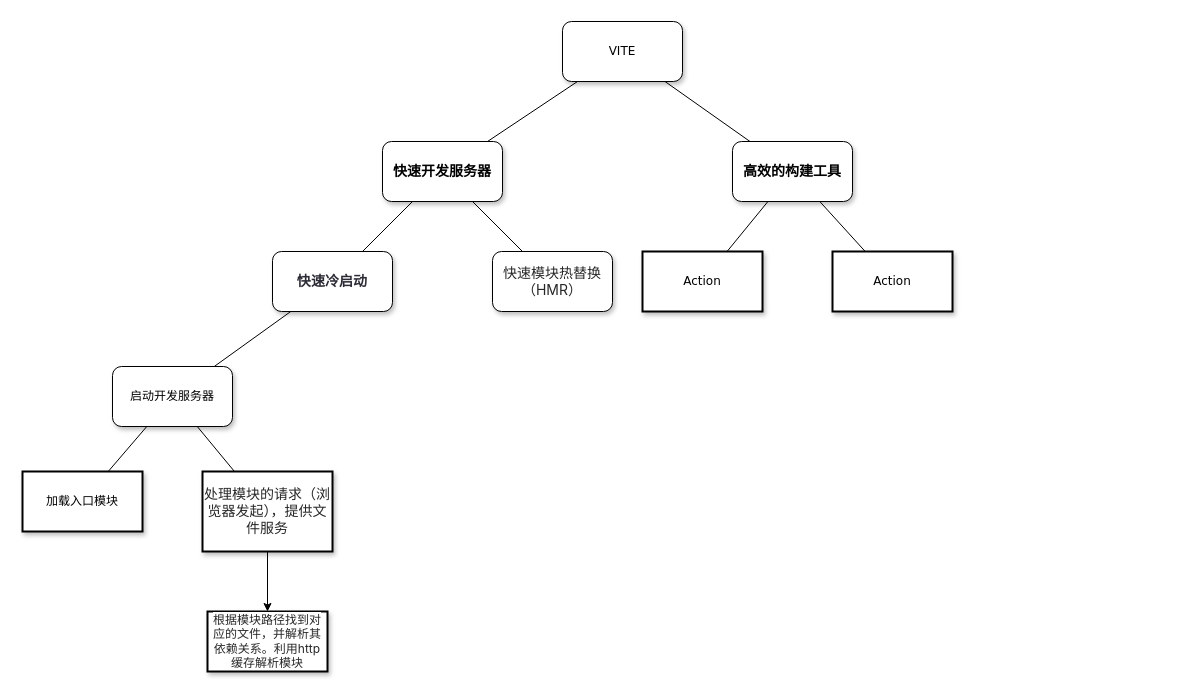
The draw.io diagram 未命名绘图.drawio in siyuejiwang/tools, before the edit. Source tidied: cells renumbered, new cells numbered last; positions are measured from the earlier drawing's top-left corner, leaving out a move shared by most shapes. Both pictures are drawn from the tidied source at 100%, with x=0, y=0 at pixel (22, 21).
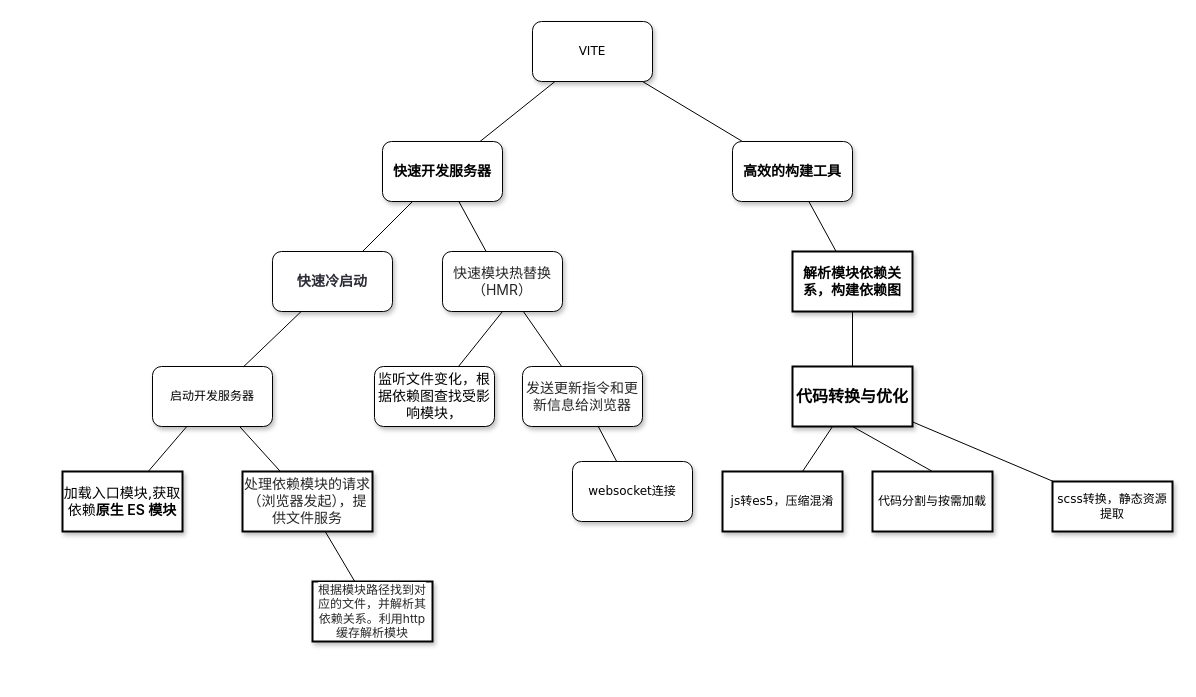
After the change.

Unchanged cells that the change refers to:
```xml
<mxCell id="4" value="&lt;span style=&quot;-webkit-font-smoothing: antialiased; box-sizing: border-box; -webkit-tap-highlight-color: rgba(0, 0, 0, 0); font-weight: 600; color: initial; line-height: var(--md-box-samantha-normal-text-line-height); overflow-anchor: auto; font-family: Inter, -apple-system, &amp;quot;system-ui&amp;quot;, &amp;quot;Segoe UI&amp;quot;, &amp;quot;SF Pro SC&amp;quot;, &amp;quot;SF Pro Display&amp;quot;, &amp;quot;SF Pro Icons&amp;quot;, &amp;quot;PingFang SC&amp;quot;, &amp;quot;Hiragino Sans GB&amp;quot;, &amp;quot;Microsoft YaHei&amp;quot;, &amp;quot;Helvetica Neue&amp;quot;, Helvetica, Arial, sans-serif; text-align: left; background-color: rgb(255, 255, 255);&quot;&gt;&lt;font style=&quot;font-size: 14px;&quot;&gt;高效的构建工具&lt;/font&gt;&lt;/span&gt;" style="whiteSpace=wrap;html=1;rounded=1;shadow=1;labelBackgroundColor=none;strokeWidth=1;fontFamily=Verdana;fontSize=12;align=center;" parent="1" vertex="1">
  <mxGeometry x="710" y="120" width="120" height="60" as="geometry" />
</mxCell>
```

Diff of the diagram source:
```diff
@@
     <mxCell id="2" value="VITE" style="whiteSpace=wrap;html=1;rounded=1;shadow=1;labelBackgroundColor=none;strokeWidth=1;fontFamily=Verdana;fontSize=12;align=center;" parent="1" vertex="1">
-      <mxGeometry x="540" width="120" height="60" as="geometry" />
+      <mxGeometry x="510" width="120" height="60" as="geometry" />
     </mxCell>
@@
+    <mxCell id="23" style="rounded=0;jettySize=auto;html=1;exitX=0.5;exitY=1;exitDx=0;exitDy=0;endArrow=none;endFill=0;" parent="1" edge="1" source="8" target="26">
+      <mxGeometry relative="1" as="geometry" />
+    </mxCell>
+    <mxCell id="24" style="rounded=0;jettySize=auto;html=1;endArrow=none;endFill=0;" parent="1" edge="1" source="8" target="28">
+      <mxGeometry relative="1" as="geometry" />
+    </mxCell>
     <mxCell id="8" value="&lt;span style=&quot;color: rgba(0, 0, 0, 0.85); font-family: Inter, -apple-system, &amp;quot;system-ui&amp;quot;, &amp;quot;Segoe UI&amp;quot;, &amp;quot;SF Pro SC&amp;quot;, &amp;quot;SF Pro Display&amp;quot;, &amp;quot;SF Pro Icons&amp;quot;, &amp;quot;PingFang SC&amp;quot;, &amp;quot;Hiragino Sans GB&amp;quot;, &amp;quot;Microsoft YaHei&amp;quot;, &amp;quot;Helvetica Neue&amp;quot;, Helvetica, Arial, sans-serif; text-align: left; background-color: rgb(255, 255, 255);&quot;&gt;&lt;font style=&quot;font-size: 14px;&quot;&gt;快速模块热替换（HMR）&lt;/font&gt;&lt;/span&gt;" style="whiteSpace=wrap;html=1;rounded=1;shadow=1;labelBackgroundColor=none;strokeWidth=1;fontFamily=Verdana;fontSize=12;align=center;" parent="1" vertex="1">
-      <mxGeometry x="470" y="230" width="120" height="60" as="geometry" />
+      <mxGeometry x="420" y="230" width="120" height="60" as="geometry" />
     </mxCell>
+    <mxCell id="25" style="rounded=0;jettySize=auto;html=1;endArrow=none;endFill=0;" parent="1" edge="1" source="9" target="33">
+      <mxGeometry relative="1" as="geometry" />
+    </mxCell>
-    <mxCell id="9" value="&lt;span&gt;Action&lt;/span&gt;" style="whiteSpace=wrap;html=1;rounded=0;shadow=1;labelBackgroundColor=none;strokeWidth=2;fontFamily=Verdana;fontSize=12;align=center;" parent="1" vertex="1">
-      <mxGeometry x="620" y="230" width="120" height="60" as="geometry" />
+    <mxCell id="9" value="&lt;span style=&quot;-webkit-font-smoothing: antialiased; box-sizing: border-box; -webkit-tap-highlight-color: rgba(0, 0, 0, 0); font-weight: 600; color: initial; line-height: var(--md-box-samantha-normal-text-line-height); overflow-anchor: auto; font-family: Inter, -apple-system, &amp;quot;system-ui&amp;quot;, &amp;quot;Segoe UI&amp;quot;, &amp;quot;SF Pro SC&amp;quot;, &amp;quot;SF Pro Display&amp;quot;, &amp;quot;SF Pro Icons&amp;quot;, &amp;quot;PingFang SC&amp;quot;, &amp;quot;Hiragino Sans GB&amp;quot;, &amp;quot;Microsoft YaHei&amp;quot;, &amp;quot;Helvetica Neue&amp;quot;, Helvetica, Arial, sans-serif; text-align: left; background-color: rgb(255, 255, 255);&quot;&gt;&lt;font style=&quot;font-size: 14px;&quot;&gt;解析模块依赖关系，构建依赖图&lt;/font&gt;&lt;/span&gt;" style="whiteSpace=wrap;html=1;rounded=0;shadow=1;labelBackgroundColor=none;strokeWidth=2;fontFamily=Verdana;fontSize=12;align=center;" parent="1" vertex="1">
+      <mxGeometry x="770" y="230" width="120" height="60" as="geometry" />
     </mxCell>
-    <mxCell id="10" value="&lt;span&gt;Action&lt;/span&gt;" style="whiteSpace=wrap;html=1;rounded=0;shadow=1;labelBackgroundColor=none;strokeWidth=2;fontFamily=Verdana;fontSize=12;align=center;" parent="1" vertex="1">
-      <mxGeometry x="810" y="230" width="120" height="60" as="geometry" />
-    </mxCell>
     <mxCell id="11" value="&lt;span&gt;启动开发服务器&lt;/span&gt;" style="whiteSpace=wrap;html=1;rounded=1;shadow=1;labelBackgroundColor=none;strokeWidth=1;fontFamily=Verdana;fontSize=12;align=center;" parent="1" vertex="1">
-      <mxGeometry x="90" y="345" width="120" height="60" as="geometry" />
+      <mxGeometry x="130" y="345" width="120" height="60" as="geometry" />
     </mxCell>
@@
-    <mxCell id="15" style="rounded=0;html=1;labelBackgroundColor=none;startArrow=none;startFill=0;startSize=5;endArrow=none;endFill=0;endSize=5;jettySize=auto;strokeWidth=1;fontFamily=Verdana;fontSize=12;" parent="1" edge="1" source="4" target="10">
-      <mxGeometry x="-0.13" y="17" relative="1" as="geometry" />
-    </mxCell>
@@
-    <mxCell id="17" value="加载入口模块" style="whiteSpace=wrap;html=1;rounded=0;shadow=1;labelBackgroundColor=none;strokeWidth=2;fontFamily=Verdana;fontSize=12;align=center;" parent="1" vertex="1">
-      <mxGeometry y="450" width="120" height="60" as="geometry" />
+    <mxCell id="17" value="&lt;font style=&quot;font-size: 14px;&quot;&gt;加载入口模块,获取依赖&lt;span style=&quot;-webkit-font-smoothing: antialiased; box-sizing: border-box; -webkit-tap-highlight-color: rgba(0, 0, 0, 0); font-weight: 600; color: initial; line-height: var(--md-box-samantha-normal-text-line-height); overflow-anchor: auto; font-family: Inter, -apple-system, &amp;quot;system-ui&amp;quot;, &amp;quot;Segoe UI&amp;quot;, &amp;quot;SF Pro SC&amp;quot;, &amp;quot;SF Pro Display&amp;quot;, &amp;quot;SF Pro Icons&amp;quot;, &amp;quot;PingFang SC&amp;quot;, &amp;quot;Hiragino Sans GB&amp;quot;, &amp;quot;Microsoft YaHei&amp;quot;, &amp;quot;Helvetica Neue&amp;quot;, Helvetica, Arial, sans-serif; text-align: left; background-color: rgb(255, 255, 255);&quot;&gt;原生 ES 模块&lt;/span&gt;&lt;/font&gt;" style="whiteSpace=wrap;html=1;rounded=0;shadow=1;labelBackgroundColor=none;strokeWidth=2;fontFamily=Verdana;fontSize=12;align=center;" parent="1" vertex="1">
+      <mxGeometry x="40" y="450" width="120" height="60" as="geometry" />
     </mxCell>
-    <mxCell id="18" style="edgeStyle=orthogonalEdgeStyle;rounded=0;jettySize=auto;html=1;" parent="1" edge="1" source="19" target="22">
+    <mxCell id="18" style="rounded=0;jettySize=auto;html=1;endArrow=none;endFill=0;" parent="1" edge="1" source="19" target="22">
       <mxGeometry relative="1" as="geometry" />
     </mxCell>
-    <mxCell id="19" value="&lt;span style=&quot;color: rgba(0, 0, 0, 0.85); font-family: Inter, -apple-system, &amp;quot;system-ui&amp;quot;, &amp;quot;Segoe UI&amp;quot;, &amp;quot;SF Pro SC&amp;quot;, &amp;quot;SF Pro Display&amp;quot;, &amp;quot;SF Pro Icons&amp;quot;, &amp;quot;PingFang SC&amp;quot;, &amp;quot;Hiragino Sans GB&amp;quot;, &amp;quot;Microsoft YaHei&amp;quot;, &amp;quot;Helvetica Neue&amp;quot;, Helvetica, Arial, sans-serif; text-align: left; background-color: rgb(255, 255, 255);&quot;&gt;&lt;font style=&quot;font-size: 14px;&quot;&gt;处理模块的请求（浏览器发起），提供文件服务&lt;/font&gt;&lt;/span&gt;" style="whiteSpace=wrap;html=1;rounded=0;shadow=1;labelBackgroundColor=none;strokeWidth=2;fontFamily=Verdana;fontSize=12;align=center;" parent="1" vertex="1">
-      <mxGeometry x="180" y="450" width="130" height="80" as="geometry" />
+    <mxCell id="19" value="&lt;span style=&quot;color: rgba(0, 0, 0, 0.85); font-family: Inter, -apple-system, &amp;quot;system-ui&amp;quot;, &amp;quot;Segoe UI&amp;quot;, &amp;quot;SF Pro SC&amp;quot;, &amp;quot;SF Pro Display&amp;quot;, &amp;quot;SF Pro Icons&amp;quot;, &amp;quot;PingFang SC&amp;quot;, &amp;quot;Hiragino Sans GB&amp;quot;, &amp;quot;Microsoft YaHei&amp;quot;, &amp;quot;Helvetica Neue&amp;quot;, Helvetica, Arial, sans-serif; text-align: left; background-color: rgb(255, 255, 255);&quot;&gt;&lt;font style=&quot;font-size: 14px;&quot;&gt;处理依赖模块的请求（浏览器发起），提供文件服务&lt;/font&gt;&lt;/span&gt;" style="whiteSpace=wrap;html=1;rounded=0;shadow=1;labelBackgroundColor=none;strokeWidth=2;fontFamily=Verdana;fontSize=12;align=center;" parent="1" vertex="1">
+      <mxGeometry x="220" y="450" width="130" height="60" as="geometry" />
     </mxCell>
@@
     <mxCell id="22" value="&lt;span style=&quot;color: rgba(0, 0, 0, 0.85); font-family: Inter, -apple-system, &amp;quot;system-ui&amp;quot;, &amp;quot;Segoe UI&amp;quot;, &amp;quot;SF Pro SC&amp;quot;, &amp;quot;SF Pro Display&amp;quot;, &amp;quot;SF Pro Icons&amp;quot;, &amp;quot;PingFang SC&amp;quot;, &amp;quot;Hiragino Sans GB&amp;quot;, &amp;quot;Microsoft YaHei&amp;quot;, &amp;quot;Helvetica Neue&amp;quot;, Helvetica, Arial, sans-serif; text-align: left; background-color: rgb(255, 255, 255);&quot;&gt;&lt;font style=&quot;font-size: 12px;&quot;&gt;根据模块路径找到对应的文件，并解析其依赖关系。利用http缓存解析模块&lt;/font&gt;&lt;/span&gt;" style="whiteSpace=wrap;html=1;fontFamily=Verdana;rounded=0;shadow=1;labelBackgroundColor=none;strokeWidth=2;" parent="1" vertex="1">
-      <mxGeometry x="185" y="590" width="120" height="60" as="geometry" />
+      <mxGeometry x="290" y="560" width="120" height="60" as="geometry" />
     </mxCell>
+    <mxCell id="26" value="&lt;font style=&quot;font-size: 14px;&quot;&gt;监听文件变化，根据依赖图查找受影响模块，&lt;/font&gt;" style="whiteSpace=wrap;html=1;fontFamily=Verdana;rounded=1;shadow=1;labelBackgroundColor=none;strokeWidth=1;" parent="1" vertex="1">
+      <mxGeometry x="352" y="345" width="120" height="60" as="geometry" />
+    </mxCell>
+    <mxCell id="27" style="rounded=0;jettySize=auto;html=1;endArrow=none;endFill=0;" parent="1" edge="1" source="28" target="29">
+      <mxGeometry relative="1" as="geometry" />
+    </mxCell>
+    <mxCell id="28" value="&lt;font style=&quot;font-size: 14px;&quot;&gt;&lt;span style=&quot;color: rgba(0, 0, 0, 0.85); font-family: Inter, -apple-system, &amp;quot;system-ui&amp;quot;, &amp;quot;Segoe UI&amp;quot;, &amp;quot;SF Pro SC&amp;quot;, &amp;quot;SF Pro Display&amp;quot;, &amp;quot;SF Pro Icons&amp;quot;, &amp;quot;PingFang SC&amp;quot;, &amp;quot;Hiragino Sans GB&amp;quot;, &amp;quot;Microsoft YaHei&amp;quot;, &amp;quot;Helvetica Neue&amp;quot;, Helvetica, Arial, sans-serif; text-align: left; background-color: rgb(255, 255, 255);&quot;&gt;发送更新指令和更新信息给浏览器&lt;/span&gt;&lt;/font&gt;" style="whiteSpace=wrap;html=1;fontFamily=Verdana;rounded=1;shadow=1;labelBackgroundColor=none;strokeWidth=1;" parent="1" vertex="1">
+      <mxGeometry x="500" y="345" width="120" height="60" as="geometry" />
+    </mxCell>
+    <mxCell id="29" value="websocket连接" style="whiteSpace=wrap;html=1;fontFamily=Verdana;rounded=1;shadow=1;labelBackgroundColor=none;strokeWidth=1;" parent="1" vertex="1">
+      <mxGeometry x="550" y="440" width="120" height="60" as="geometry" />
+    </mxCell>
+    <mxCell id="30" style="rounded=0;jettySize=auto;html=1;endArrow=none;endFill=0;" parent="1" edge="1" source="33" target="34">
+      <mxGeometry relative="1" as="geometry" />
+    </mxCell>
+    <mxCell id="31" style="rounded=0;jettySize=auto;html=1;endArrow=none;endFill=0;" parent="1" edge="1" source="33" target="35">
+      <mxGeometry relative="1" as="geometry" />
+    </mxCell>
+    <mxCell id="32" style="rounded=0;jettySize=auto;html=1;exitX=0.5;exitY=1;exitDx=0;exitDy=0;entryX=0.5;entryY=0;entryDx=0;entryDy=0;endArrow=none;endFill=0;" parent="1" edge="1" source="33" target="36">
+      <mxGeometry relative="1" as="geometry" />
+    </mxCell>
+    <mxCell id="33" value="&lt;span style=&quot;-webkit-font-smoothing: antialiased; box-sizing: border-box; -webkit-tap-highlight-color: rgba(0, 0, 0, 0); font-weight: 600; color: initial; font-size: 16px; line-height: var(--md-box-samantha-normal-text-line-height); overflow-anchor: auto; font-family: Inter, -apple-system, &amp;quot;system-ui&amp;quot;, &amp;quot;Segoe UI&amp;quot;, &amp;quot;SF Pro SC&amp;quot;, &amp;quot;SF Pro Display&amp;quot;, &amp;quot;SF Pro Icons&amp;quot;, &amp;quot;PingFang SC&amp;quot;, &amp;quot;Hiragino Sans GB&amp;quot;, &amp;quot;Microsoft YaHei&amp;quot;, &amp;quot;Helvetica Neue&amp;quot;, Helvetica, Arial, sans-serif; text-align: left; background-color: rgb(255, 255, 255);&quot;&gt;代码转换与优化&lt;/span&gt;" style="whiteSpace=wrap;html=1;fontFamily=Verdana;rounded=0;shadow=1;labelBackgroundColor=none;strokeWidth=2;" parent="1" vertex="1">
+      <mxGeometry x="770" y="345" width="120" height="60" as="geometry" />
+    </mxCell>
+    <mxCell id="34" value="js转es5，压缩混淆" style="whiteSpace=wrap;html=1;fontFamily=Verdana;rounded=0;shadow=1;labelBackgroundColor=none;strokeWidth=2;" parent="1" vertex="1">
+      <mxGeometry x="700" y="450" width="120" height="60" as="geometry" />
+    </mxCell>
+    <mxCell id="35" value="scss转换，静态资源提取" style="whiteSpace=wrap;html=1;fontFamily=Verdana;rounded=0;shadow=1;labelBackgroundColor=none;strokeWidth=2;" parent="1" vertex="1">
+      <mxGeometry x="1030" y="460" width="120" height="50" as="geometry" />
+    </mxCell>
+    <mxCell id="36" value="代码分割与按需加载" style="whiteSpace=wrap;html=1;fontFamily=Verdana;rounded=0;shadow=1;labelBackgroundColor=none;strokeWidth=2;" parent="1" vertex="1">
+      <mxGeometry x="850" y="450" width="120" height="60" as="geometry" />
+    </mxCell>
```
